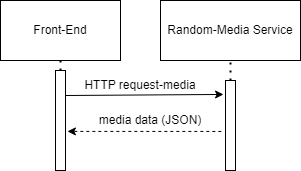
The draw.io diagram random-media-uml.png in philipscoderepo/NuReview, before a commit. Source tidied: cells renumbered, new cells last; positions are measured from the earlier drawing's top-left corner, leaving out a move shared by most shapes. Its diagram source:
```xml
<mxGraphModel>
  <root>
    <mxCell id="0" />
    <mxCell id="1" parent="0" />
    <mxCell id="2" value="Front-End" style="rounded=0;whiteSpace=wrap;html=1;" parent="1" vertex="1">
      <mxGeometry width="120" height="60" as="geometry" />
    </mxCell>
    <mxCell id="3" value="Random-Media Service" style="rounded=0;whiteSpace=wrap;html=1;" parent="1" vertex="1">
      <mxGeometry x="160" width="140" height="60" as="geometry" />
    </mxCell>
    <mxCell id="4" style="rounded=0;whiteSpace=wrap;html=1;" parent="1" vertex="1">
      <mxGeometry x="55" y="70" width="10" height="100" as="geometry" />
    </mxCell>
    <mxCell id="5" style="endArrow=none;dashed=1;html=1;dashPattern=1 3;strokeWidth=2;rounded=0;exitX=0.5;exitY=1;exitDx=0;exitDy=0;entryX=0.5;entryY=0;entryDx=0;entryDy=0;" parent="1" edge="1" source="2" target="4">
      <mxGeometry relative="1" as="geometry" />
    </mxCell>
    <mxCell id="6" style="endArrow=classic;html=1;rounded=0;exitX=1;exitY=0.25;exitDx=0;exitDy=0;entryX=-0.197;entryY=0.155;entryDx=0;entryDy=0;entryPerimeter=0;" parent="1" edge="1" source="4" target="8">
      <mxGeometry relative="1" as="geometry" />
    </mxCell>
    <mxCell id="7" style="endArrow=none;dashed=1;html=1;dashPattern=1 3;strokeWidth=2;rounded=0;entryX=0.5;entryY=1;entryDx=0;entryDy=0;exitX=0.5;exitY=0;exitDx=0;exitDy=0;" parent="1" edge="1" source="8" target="3">
      <mxGeometry relative="1" as="geometry" />
    </mxCell>
    <mxCell id="8" style="rounded=0;whiteSpace=wrap;html=1;" parent="1" vertex="1">
      <mxGeometry x="225" y="80" width="10" height="90" as="geometry" />
    </mxCell>
    <mxCell id="9" value="HTTP request-media" style="text;html=1;strokeColor=none;fillColor=none;align=center;verticalAlign=middle;whiteSpace=wrap;rounded=0;" parent="1" vertex="1">
      <mxGeometry x="60" y="70" width="160" height="30" as="geometry" />
    </mxCell>
    <mxCell id="10" style="endArrow=classic;html=1;rounded=0;dashed=1;exitX=-0.417;exitY=0.566;exitDx=0;exitDy=0;exitPerimeter=0;entryX=1.19;entryY=0.609;entryDx=0;entryDy=0;entryPerimeter=0;" parent="1" edge="1" source="8" target="4">
      <mxGeometry relative="1" as="geometry" />
    </mxCell>
    <mxCell id="11" value="media data (JSON)" style="text;html=1;strokeColor=none;fillColor=none;align=center;verticalAlign=middle;whiteSpace=wrap;rounded=0;" parent="1" vertex="1">
      <mxGeometry x="90" y="105" width="120" height="30" as="geometry" />
    </mxCell>
  </root>
</mxGraphModel>
```
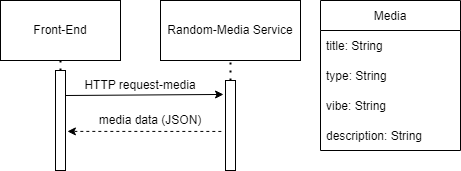
After the commit.

What changed in the source:
```diff
@@ -32,5 +32,20 @@
     <mxCell id="11" value="media data (JSON)" style="text;html=1;strokeColor=none;fillColor=none;align=center;verticalAlign=middle;whiteSpace=wrap;rounded=0;" parent="1" vertex="1">
       <mxGeometry x="90" y="105" width="120" height="30" as="geometry" />
     </mxCell>
+    <mxCell id="12" value="Media" style="swimlane;fontStyle=0;horizontal=1;startSize=30;" parent="1" vertex="1">
+      <mxGeometry x="320" width="140" height="150" as="geometry" />
+    </mxCell>
+    <mxCell id="13" value="title: String" style="text;strokeColor=none;fillColor=none;align=left;verticalAlign=middle;spacingLeft=4;spacingRight=4;overflow=hidden;" parent="12" vertex="1">
+      <mxGeometry y="30" width="140" height="30" as="geometry" />
+    </mxCell>
+    <mxCell id="14" value="type: String" style="text;strokeColor=none;fillColor=none;align=left;verticalAlign=middle;spacingLeft=4;spacingRight=4;overflow=hidden;" parent="12" vertex="1">
+      <mxGeometry y="60" width="140" height="30" as="geometry" />
+    </mxCell>
+    <mxCell id="15" value="vibe: String" style="text;strokeColor=none;fillColor=none;align=left;verticalAlign=middle;spacingLeft=4;spacingRight=4;overflow=hidden;" parent="12" vertex="1">
+      <mxGeometry y="90" width="140" height="30" as="geometry" />
+    </mxCell>
+    <mxCell id="16" value="description: String" style="text;strokeColor=none;fillColor=none;align=left;verticalAlign=middle;spacingLeft=4;spacingRight=4;overflow=hidden;" parent="12" vertex="1">
+      <mxGeometry y="120" width="140" height="30" as="geometry" />
+    </mxCell>
   </root>
 </mxGraphModel>
```
